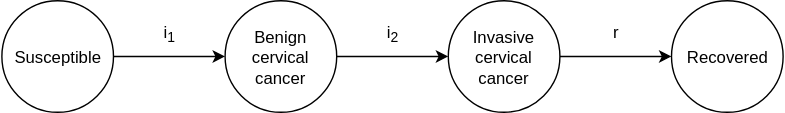
Above: docs/source/gbd2017_models/causes/neoplasms/cervical_cancer/cervical_cancer_cause_model_diagram.svg in ihmeuw/vivarium_research (draw.io), before the change. Source tidied: cells renumbered, new cells last; positions are measured from the earlier drawing's top-left corner, leaving out a move shared by most shapes. The source it was exported from:
```xml
<mxGraphModel>
  <root>
    <mxCell id="0" />
    <mxCell id="1" parent="0" />
    <mxCell id="2" style="edgeStyle=orthogonalEdgeStyle;rounded=0;jettySize=auto;html=1;exitX=1;exitY=0.5;exitDx=0;exitDy=0;entryX=0;entryY=0.5;entryDx=0;entryDy=0;" parent="1" edge="1" source="3" target="5">
      <mxGeometry relative="1" as="geometry" />
    </mxCell>
    <mxCell id="3" style="ellipse;whiteSpace=wrap;html=1;" parent="1" vertex="1">
      <mxGeometry width="80" height="80" as="geometry" />
    </mxCell>
    <mxCell id="4" style="edgeStyle=orthogonalEdgeStyle;rounded=0;jettySize=auto;html=1;exitX=1;exitY=0.5;exitDx=0;exitDy=0;entryX=0;entryY=0.5;entryDx=0;entryDy=0;" parent="1" edge="1" source="5" target="7">
      <mxGeometry relative="1" as="geometry" />
    </mxCell>
    <mxCell id="5" style="ellipse;whiteSpace=wrap;html=1;" parent="1" vertex="1">
      <mxGeometry x="160" width="80" height="80" as="geometry" />
    </mxCell>
    <mxCell id="6" style="edgeStyle=orthogonalEdgeStyle;rounded=0;jettySize=auto;html=1;exitX=1;exitY=0.5;exitDx=0;exitDy=0;" parent="1" edge="1" source="7" target="12">
      <mxGeometry relative="1" as="geometry" />
    </mxCell>
    <mxCell id="7" value="&lt;span style=&quot;white-space: normal&quot;&gt;Invasive cervical cancer&lt;/span&gt;" style="ellipse;whiteSpace=wrap;html=1;" parent="1" vertex="1">
      <mxGeometry x="320" width="80" height="80" as="geometry" />
    </mxCell>
    <mxCell id="8" value="Susceptible" style="text;html=1;strokeColor=none;fillColor=none;align=center;verticalAlign=middle;whiteSpace=wrap;rounded=0;" parent="1" vertex="1">
      <mxGeometry x="10" y="30" width="60" height="20" as="geometry" />
    </mxCell>
    <mxCell id="9" value="Benign cervical cancer" style="text;html=1;strokeColor=none;fillColor=none;align=center;verticalAlign=middle;whiteSpace=wrap;rounded=0;" parent="1" vertex="1">
      <mxGeometry x="180" y="30" width="40" height="20" as="geometry" />
    </mxCell>
    <mxCell id="10" value="i&lt;sub&gt;1&lt;/sub&gt;" style="text;html=1;strokeColor=none;fillColor=none;align=center;verticalAlign=middle;whiteSpace=wrap;rounded=0;" parent="1" vertex="1">
      <mxGeometry x="100" y="13" width="40" height="20" as="geometry" />
    </mxCell>
    <mxCell id="11" value="i&lt;sub&gt;2&lt;/sub&gt;" style="text;html=1;strokeColor=none;fillColor=none;align=center;verticalAlign=middle;whiteSpace=wrap;rounded=0;" parent="1" vertex="1">
      <mxGeometry x="260" y="13" width="40" height="20" as="geometry" />
    </mxCell>
    <mxCell id="12" value="&lt;span style=&quot;white-space: normal&quot;&gt;Recovered&lt;/span&gt;" style="ellipse;whiteSpace=wrap;html=1;" parent="1" vertex="1">
      <mxGeometry x="480" width="80" height="80" as="geometry" />
    </mxCell>
    <mxCell id="13" value="r" style="text;html=1;strokeColor=none;fillColor=none;align=center;verticalAlign=middle;whiteSpace=wrap;rounded=0;" parent="1" vertex="1">
      <mxGeometry x="420" y="12" width="40" height="20" as="geometry" />
    </mxCell>
  </root>
</mxGraphModel>
```
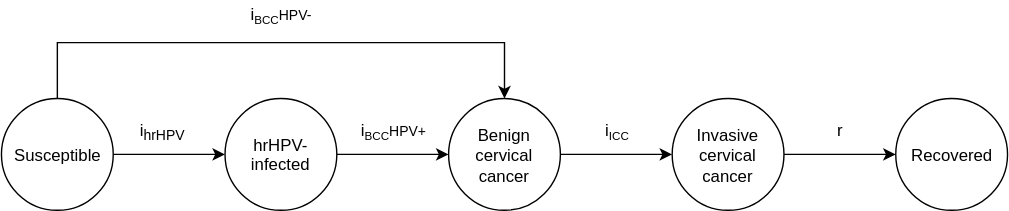
Above is the later version.

Commit message:
update cervical cancer cause model

Diff of the diagram source:
```diff
@@ -2,11 +2,19 @@
   <root>
     <mxCell id="0" />
     <mxCell id="1" parent="0" />
+    <mxCell id="14" style="edgeStyle=orthogonalEdgeStyle;rounded=0;jettySize=auto;html=1;exitX=1;exitY=0.5;exitDx=0;exitDy=0;entryX=0;entryY=0.5;entryDx=0;entryDy=0;" parent="1" edge="1" source="3" target="16">
+      <mxGeometry relative="1" as="geometry" />
+    </mxCell>
-    <mxCell id="2" style="edgeStyle=orthogonalEdgeStyle;rounded=0;jettySize=auto;html=1;exitX=1;exitY=0.5;exitDx=0;exitDy=0;entryX=0;entryY=0.5;entryDx=0;entryDy=0;" parent="1" edge="1" source="3" target="5">
-      <mxGeometry relative="1" as="geometry" />
+    <mxCell id="2" style="edgeStyle=orthogonalEdgeStyle;rounded=0;jettySize=auto;html=1;exitX=0.5;exitY=0;exitDx=0;exitDy=0;entryX=0.5;entryY=0;entryDx=0;entryDy=0;" parent="1" edge="1" source="3" target="5">
+      <mxGeometry relative="1" as="geometry">
+        <Array as="points">
+          <mxPoint x="-120" y="-40" />
+          <mxPoint x="200" y="-40" />
+        </Array>
+      </mxGeometry>
     </mxCell>
     <mxCell id="3" style="ellipse;whiteSpace=wrap;html=1;" parent="1" vertex="1">
-      <mxGeometry width="80" height="80" as="geometry" />
+      <mxGeometry x="-160" width="80" height="80" as="geometry" />
     </mxCell>
     <mxCell id="4" style="edgeStyle=orthogonalEdgeStyle;rounded=0;jettySize=auto;html=1;exitX=1;exitY=0.5;exitDx=0;exitDy=0;entryX=0;entryY=0.5;entryDx=0;entryDy=0;" parent="1" edge="1" source="5" target="7">
       <mxGeometry relative="1" as="geometry" />
@@ -21,15 +29,15 @@
       <mxGeometry x="320" width="80" height="80" as="geometry" />
     </mxCell>
     <mxCell id="8" value="Susceptible" style="text;html=1;strokeColor=none;fillColor=none;align=center;verticalAlign=middle;whiteSpace=wrap;rounded=0;" parent="1" vertex="1">
-      <mxGeometry x="10" y="30" width="60" height="20" as="geometry" />
+      <mxGeometry x="-150" y="30" width="60" height="20" as="geometry" />
     </mxCell>
     <mxCell id="9" value="Benign cervical cancer" style="text;html=1;strokeColor=none;fillColor=none;align=center;verticalAlign=middle;whiteSpace=wrap;rounded=0;" parent="1" vertex="1">
       <mxGeometry x="180" y="30" width="40" height="20" as="geometry" />
     </mxCell>
-    <mxCell id="10" value="i&lt;sub&gt;1&lt;/sub&gt;" style="text;html=1;strokeColor=none;fillColor=none;align=center;verticalAlign=middle;whiteSpace=wrap;rounded=0;" parent="1" vertex="1">
+    <mxCell id="10" value="i&lt;span style=&quot;font-size: 10px&quot;&gt;&lt;sub&gt;BCC&lt;/sub&gt;HPV+&lt;/span&gt;" style="text;html=1;strokeColor=none;fillColor=none;align=center;verticalAlign=middle;whiteSpace=wrap;rounded=0;" parent="1" vertex="1">
       <mxGeometry x="100" y="13" width="40" height="20" as="geometry" />
     </mxCell>
-    <mxCell id="11" value="i&lt;sub&gt;2&lt;/sub&gt;" style="text;html=1;strokeColor=none;fillColor=none;align=center;verticalAlign=middle;whiteSpace=wrap;rounded=0;" parent="1" vertex="1">
+    <mxCell id="11" value="i&lt;span style=&quot;font-size: 10px&quot;&gt;&lt;sub&gt;ICC&lt;/sub&gt;&lt;/span&gt;" style="text;html=1;strokeColor=none;fillColor=none;align=center;verticalAlign=middle;whiteSpace=wrap;rounded=0;" parent="1" vertex="1">
       <mxGeometry x="260" y="13" width="40" height="20" as="geometry" />
     </mxCell>
     <mxCell id="12" value="&lt;span style=&quot;white-space: normal&quot;&gt;Recovered&lt;/span&gt;" style="ellipse;whiteSpace=wrap;html=1;" parent="1" vertex="1">
@@ -38,5 +46,20 @@
     <mxCell id="13" value="r" style="text;html=1;strokeColor=none;fillColor=none;align=center;verticalAlign=middle;whiteSpace=wrap;rounded=0;" parent="1" vertex="1">
       <mxGeometry x="420" y="12" width="40" height="20" as="geometry" />
     </mxCell>
+    <mxCell id="15" style="edgeStyle=orthogonalEdgeStyle;rounded=0;jettySize=auto;html=1;exitX=1;exitY=0.5;exitDx=0;exitDy=0;entryX=0;entryY=0.5;entryDx=0;entryDy=0;" parent="1" edge="1" source="16" target="5">
+      <mxGeometry relative="1" as="geometry" />
+    </mxCell>
+    <mxCell id="16" style="ellipse;whiteSpace=wrap;html=1;" parent="1" vertex="1">
+      <mxGeometry width="80" height="80" as="geometry" />
+    </mxCell>
+    <mxCell id="17" value="hrHPV-infected" style="text;html=1;strokeColor=none;fillColor=none;align=center;verticalAlign=middle;whiteSpace=wrap;rounded=0;" parent="1" vertex="1">
+      <mxGeometry x="10" y="30" width="60" height="20" as="geometry" />
+    </mxCell>
+    <mxCell id="18" value="i&lt;span style=&quot;font-size: 10px&quot;&gt;&lt;sub&gt;BCC&lt;/sub&gt;HPV-&lt;/span&gt;" style="text;html=1;strokeColor=none;fillColor=none;align=center;verticalAlign=middle;whiteSpace=wrap;rounded=0;" parent="1" vertex="1">
+      <mxGeometry x="20" y="-70" width="40" height="20" as="geometry" />
+    </mxCell>
+    <mxCell id="19" value="i&lt;sub&gt;hrHPV&lt;/sub&gt;" style="text;html=1;strokeColor=none;fillColor=none;align=center;verticalAlign=middle;whiteSpace=wrap;rounded=0;" parent="1" vertex="1">
+      <mxGeometry x="-65" y="13" width="40" height="20" as="geometry" />
+    </mxCell>
   </root>
 </mxGraphModel>
```
